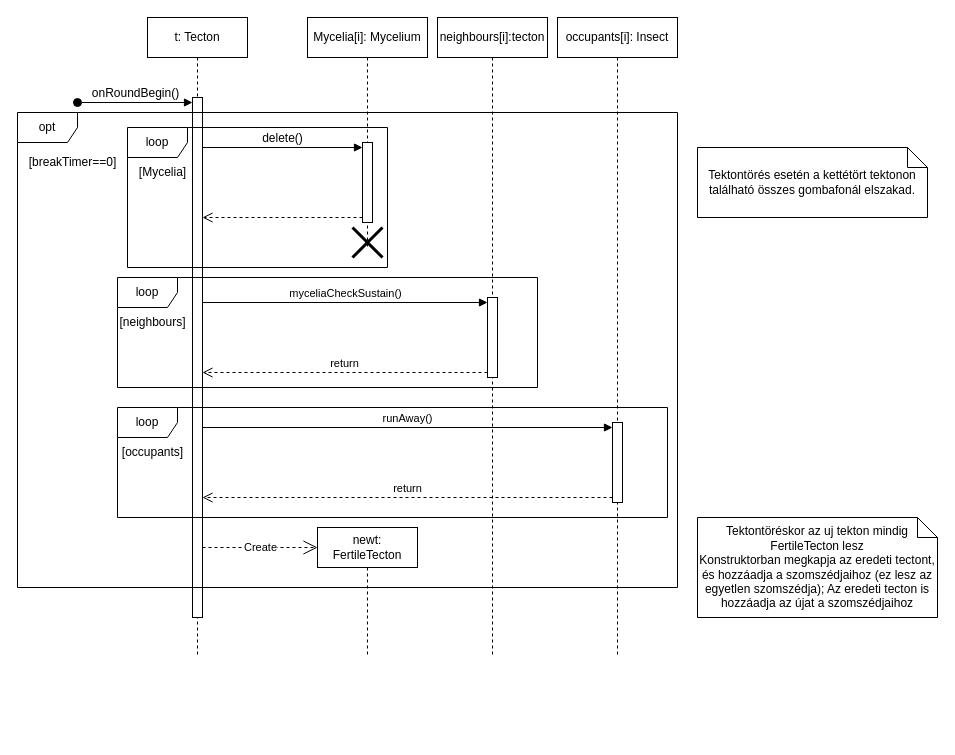
koharzsombor/bandITs keeps this draw.io diagram as page "TectonBreak" (12 of 12) of 6_szkeleton_beadasa/Szekvencia_Diagrammok.drawio. Above is the earlier version. Source tidied: cells renumbered, new cells numbered last; positions are measured from the earlier drawing's top-left corner, leaving out a move shared by most shapes. Both pictures are drawn from the tidied source at 100%, with x=0, y=0 at pixel (17, 17).
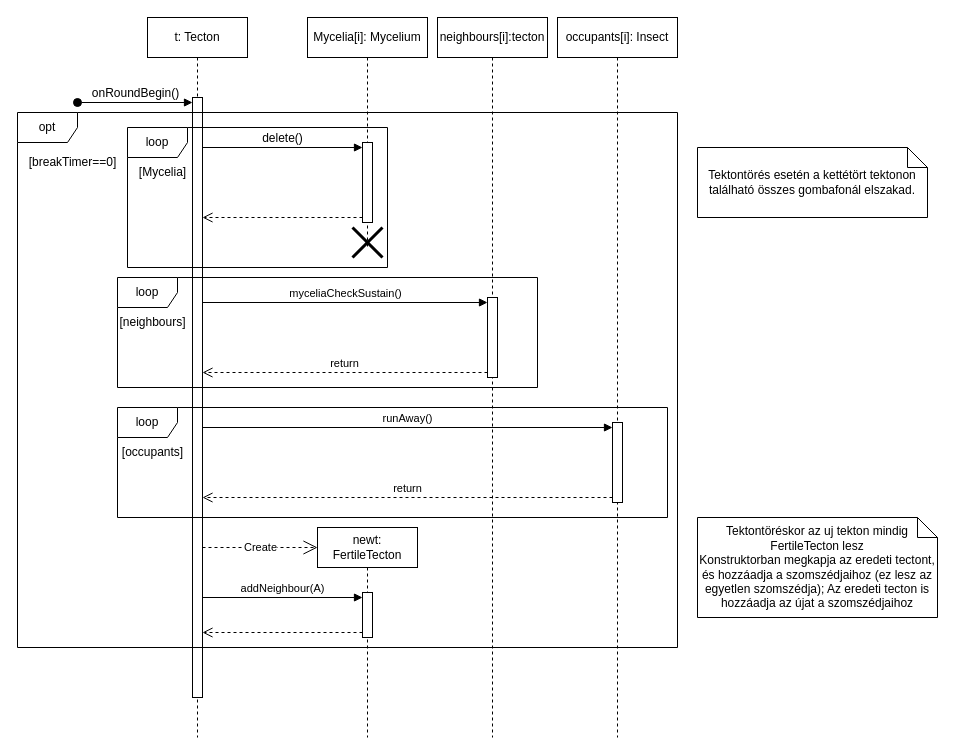
The same diagram, later.

Change to the diagram source:
```diff
@@
     <mxCell id="2" value="t: Tecton" style="shape=umlLifeline;perimeter=lifelinePerimeter;whiteSpace=wrap;html=1;newEdgeStyle={&quot;curved&quot;:0,&quot;rounded&quot;:0};" parent="1" vertex="1">
-      <mxGeometry x="130" width="100" height="640" as="geometry" />
+      <mxGeometry x="130" width="100" height="720" as="geometry" />
     </mxCell>
     <mxCell id="3" style="html=1;points=[[0,0,0,0,5],[0,1,0,0,-5],[1,0,0,0,5],[1,1,0,0,-5]];perimeter=orthogonalPerimeter;outlineConnect=0;targetShapes=umlLifeline;portConstraint=eastwest;newEdgeStyle={&quot;curved&quot;:0,&quot;rounded&quot;:0};" parent="2" vertex="1">
-      <mxGeometry x="45" y="80" width="10" height="520" as="geometry" />
+      <mxGeometry x="45" y="80" width="10" height="600" as="geometry" />
     </mxCell>
@@
     <mxCell id="12" value="newt: FertileTecton" style="shape=umlLifeline;perimeter=lifelinePerimeter;whiteSpace=wrap;html=1;newEdgeStyle={&quot;curved&quot;:0,&quot;rounded&quot;:0};" parent="1" vertex="1">
-      <mxGeometry x="300" y="510" width="100" height="130" as="geometry" />
+      <mxGeometry x="300" y="510" width="100" height="210" as="geometry" />
     </mxCell>
@@
     <mxCell id="14" value="opt" style="shape=umlFrame;whiteSpace=wrap;html=1;" parent="1" vertex="1">
-      <mxGeometry y="95" width="660" height="475" as="geometry" />
+      <mxGeometry y="95" width="660" height="535" as="geometry" />
     </mxCell>
@@
     <mxCell id="19" value="neighbours[i]:tecton" style="shape=umlLifeline;perimeter=lifelinePerimeter;whiteSpace=wrap;html=1;newEdgeStyle={&quot;curved&quot;:0,&quot;rounded&quot;:0};" parent="1" vertex="1">
-      <mxGeometry x="420" width="110" height="640" as="geometry" />
+      <mxGeometry x="420" width="110" height="720" as="geometry" />
     </mxCell>
@@
     <mxCell id="26" value="occupants[i]: Insect" style="shape=umlLifeline;perimeter=lifelinePerimeter;whiteSpace=wrap;html=1;newEdgeStyle={&quot;curved&quot;:0,&quot;rounded&quot;:0};" parent="1" vertex="1">
-      <mxGeometry x="540" width="120" height="640" as="geometry" />
+      <mxGeometry x="540" width="120" height="720" as="geometry" />
     </mxCell>
@@
+    <mxCell id="30" style="html=1;points=[[0,0,0,0,5],[0,1,0,0,-5],[1,0,0,0,5],[1,1,0,0,-5]];perimeter=orthogonalPerimeter;outlineConnect=0;targetShapes=umlLifeline;portConstraint=eastwest;newEdgeStyle={&quot;curved&quot;:0,&quot;rounded&quot;:0};" parent="1" vertex="1">
+      <mxGeometry x="345" y="575" width="10" height="45" as="geometry" />
+    </mxCell>
+    <mxCell id="31" value="addNeighbour(A)" style="html=1;verticalAlign=bottom;endArrow=block;curved=0;rounded=0;entryX=0;entryY=0;entryDx=0;entryDy=5;" parent="1" edge="1" target="30">
+      <mxGeometry relative="1" as="geometry">
+        <mxPoint x="185" y="580" as="sourcePoint" />
+      </mxGeometry>
+    </mxCell>
+    <mxCell id="32" style="html=1;verticalAlign=bottom;endArrow=open;dashed=1;endSize=8;curved=0;rounded=0;exitX=0;exitY=1;exitDx=0;exitDy=-5;" parent="1" edge="1" source="30" target="3">
+      <mxGeometry relative="1" as="geometry" />
+    </mxCell>
```
